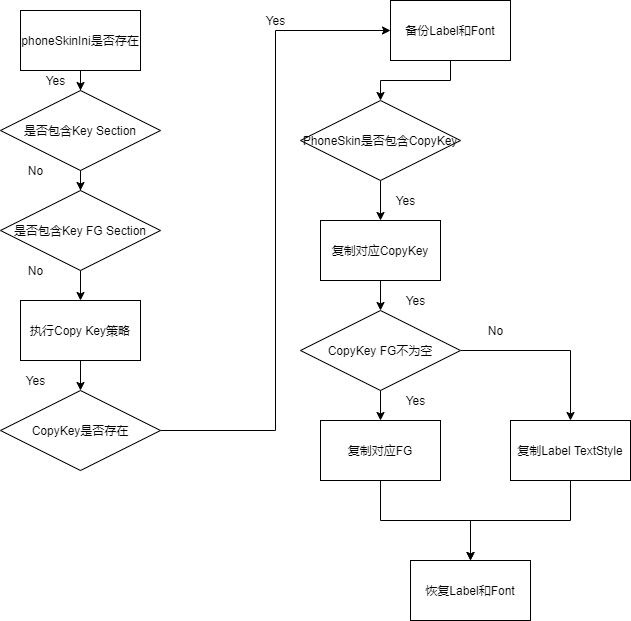
Earlier version of the draw.io export input/Copy_Key_Rectory.png (chonglv/charts). Source tidied: cells renumbered, new cells last; positions are measured from the earlier drawing's top-left corner, leaving out a move shared by most shapes.
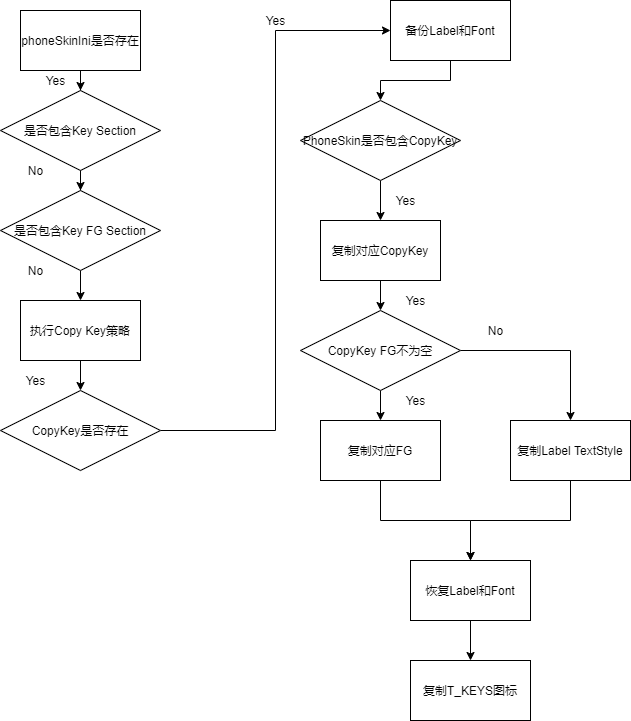
Later version of the same file.

Diff of the diagram source:
```diff
@@ -98,8 +98,14 @@
     <mxCell id="33" value="No" style="text;html=1;align=center;verticalAlign=middle;" parent="1" vertex="1">
       <mxGeometry x="20" y="260" width="30" height="20" as="geometry" />
     </mxCell>
+    <mxCell id="35" style="edgeStyle=orthogonalEdgeStyle;rounded=0;jettySize=auto;html=1;entryX=0.5;entryY=0;entryDx=0;entryDy=0;" parent="1" edge="1" source="34" target="36">
+      <mxGeometry relative="1" as="geometry" />
+    </mxCell>
     <mxCell id="34" value="恢复Label和Font" style="rounded=0;whiteSpace=wrap;html=1;" parent="1" vertex="1">
       <mxGeometry x="410" y="560" width="120" height="60" as="geometry" />
     </mxCell>
+    <mxCell id="36" value="复制T_KEYS图标" style="rounded=0;whiteSpace=wrap;html=1;" parent="1" vertex="1">
+      <mxGeometry x="410" y="660" width="120" height="60" as="geometry" />
+    </mxCell>
   </root>
 </mxGraphModel>
```
